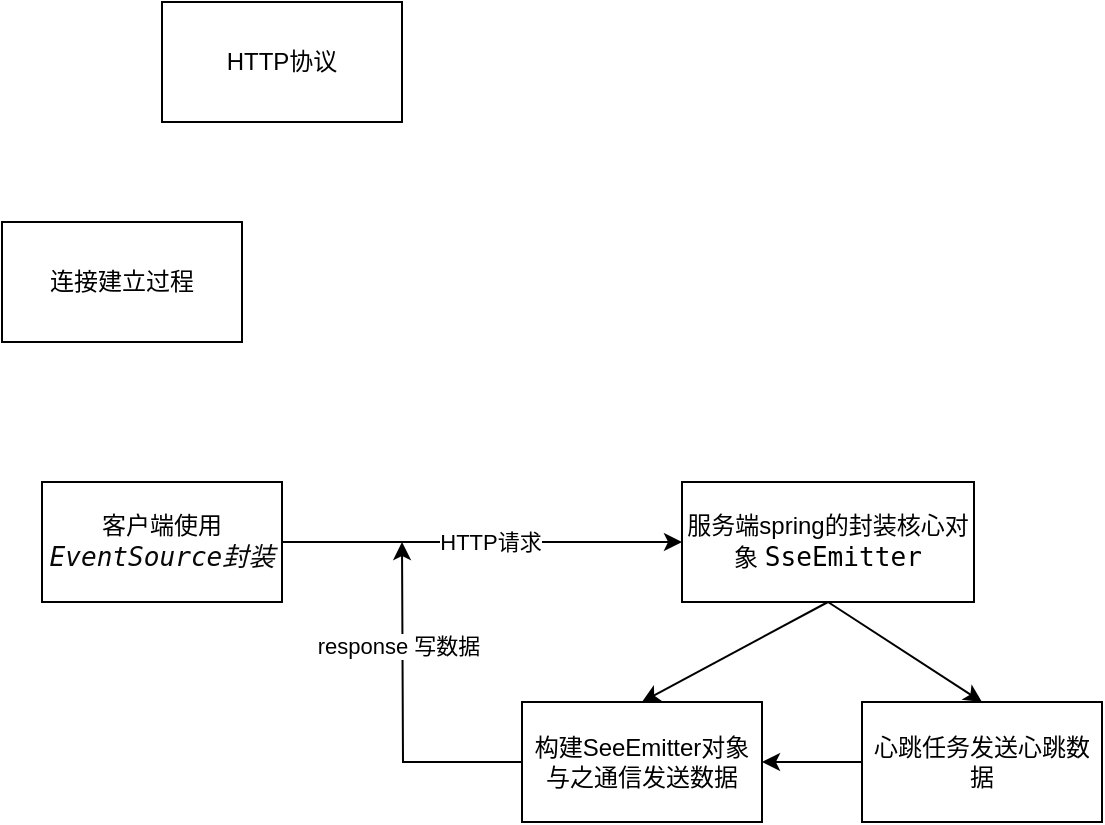
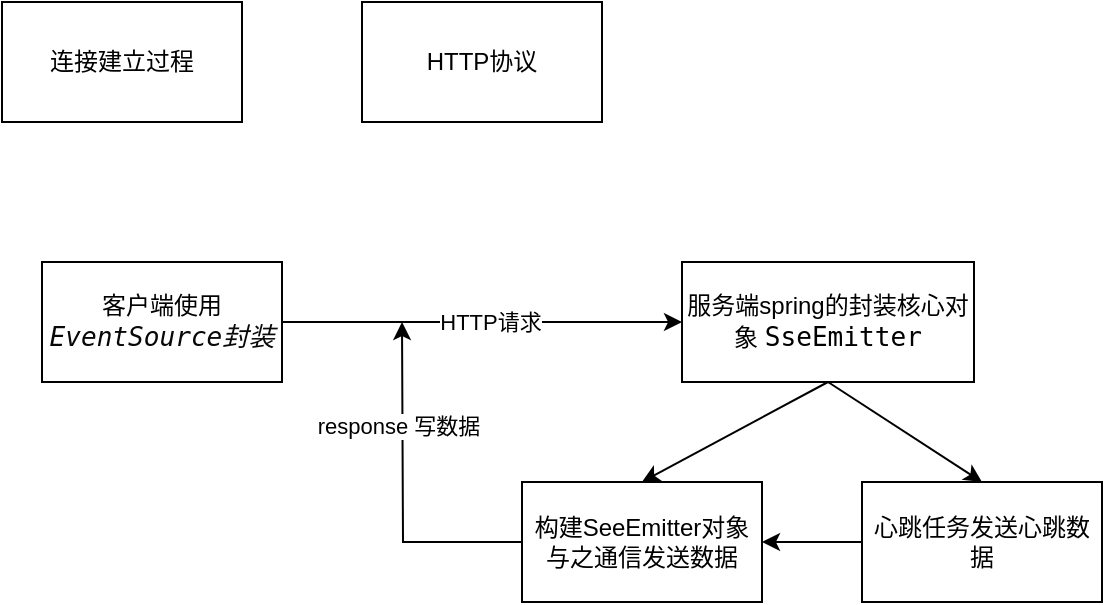
<mxfile host="app.diagrams.net" pages="2">
  <diagram name="建立连接的过程" id="Z0nCY8WnPLLID1KhRkW9">
    <mxGraphModel dx="846" dy="558" grid="1" gridSize="10" guides="1" tooltips="1" connect="1" arrows="1" fold="1" page="1" pageScale="1" pageWidth="827" pageHeight="1169" math="0" shadow="0">
      <root>
        <mxCell id="0" />
        <mxCell id="1" parent="0" />
        <mxCell id="YDfg_1_I26u9zGGTVFdC-1" parent="1" style="rounded=0;whiteSpace=wrap;html=1;" value="HTTP协议" vertex="1">
-           <mxGeometry height="60" width="120" x="200" y="130" as="geometry" />
+           <mxGeometry height="60" width="120" x="300" y="240" as="geometry" />
        </mxCell>
        <mxCell id="YDfg_1_I26u9zGGTVFdC-2" parent="1" style="rounded=0;whiteSpace=wrap;html=1;" value="连接建立过程" vertex="1">
          <mxGeometry height="60" width="120" x="120" y="240" as="geometry" />
        </mxCell>
        <mxCell id="pvzRBFMtuWizGzjMWE46-4" edge="1" parent="1" source="YDfg_1_I26u9zGGTVFdC-8" style="rounded=0;orthogonalLoop=1;jettySize=auto;html=1;exitX=0.5;exitY=1;exitDx=0;exitDy=0;entryX=0.5;entryY=0;entryDx=0;entryDy=0;" target="pvzRBFMtuWizGzjMWE46-2">
          <mxGeometry relative="1" as="geometry" />
        </mxCell>
        <mxCell id="pvzRBFMtuWizGzjMWE46-5" edge="1" parent="1" source="YDfg_1_I26u9zGGTVFdC-8" style="rounded=0;orthogonalLoop=1;jettySize=auto;html=1;exitX=0.5;exitY=1;exitDx=0;exitDy=0;entryX=0.5;entryY=0;entryDx=0;entryDy=0;" target="pvzRBFMtuWizGzjMWE46-3">
          <mxGeometry relative="1" as="geometry" />
        </mxCell>
        <mxCell id="YDfg_1_I26u9zGGTVFdC-8" parent="1" style="rounded=0;whiteSpace=wrap;html=1;" value="服务端spring的封装核心对象&amp;nbsp;&lt;span style=&quot;background-color: rgb(255, 255, 255); font-family: &amp;quot;JetBrains Mono&amp;quot;, monospace; font-size: 9.8pt;&quot;&gt;SseEmitter&lt;/span&gt;" vertex="1">
          <mxGeometry height="60" width="146" x="460" y="370" as="geometry" />
        </mxCell>
        <mxCell id="YDfg_1_I26u9zGGTVFdC-10" edge="1" parent="1" source="YDfg_1_I26u9zGGTVFdC-9" style="edgeStyle=orthogonalEdgeStyle;rounded=0;orthogonalLoop=1;jettySize=auto;html=1;exitX=1;exitY=0.5;exitDx=0;exitDy=0;" target="YDfg_1_I26u9zGGTVFdC-8">
          <mxGeometry relative="1" as="geometry" />
        </mxCell>
        <mxCell id="pvzRBFMtuWizGzjMWE46-1" connectable="0" parent="YDfg_1_I26u9zGGTVFdC-10" style="edgeLabel;html=1;align=center;verticalAlign=middle;resizable=0;points=[];" value="HTTP请求" vertex="1">
          <mxGeometry relative="1" x="0.0345" as="geometry">
            <mxPoint as="offset" />
          </mxGeometry>
        </mxCell>
        <mxCell id="YDfg_1_I26u9zGGTVFdC-9" parent="1" style="rounded=0;whiteSpace=wrap;html=1;" value="客户端使用&lt;span style=&quot;font-style: italic; background-color: rgb(255, 255, 255); color: rgb(8, 8, 8); font-family: &amp;quot;JetBrains Mono&amp;quot;, monospace; font-size: 9.8pt;&quot;&gt;EventSource封装&lt;/span&gt;" vertex="1">
          <mxGeometry height="60" width="120" x="140" y="370" as="geometry" />
        </mxCell>
        <mxCell id="pvzRBFMtuWizGzjMWE46-6" edge="1" parent="1" source="pvzRBFMtuWizGzjMWE46-2" style="edgeStyle=orthogonalEdgeStyle;rounded=0;orthogonalLoop=1;jettySize=auto;html=1;exitX=0;exitY=0.5;exitDx=0;exitDy=0;">
          <mxGeometry relative="1" as="geometry">
            <mxPoint x="320" y="400" as="targetPoint" />
          </mxGeometry>
        </mxCell>
        <mxCell id="pvzRBFMtuWizGzjMWE46-8" connectable="0" parent="pvzRBFMtuWizGzjMWE46-6" style="edgeLabel;html=1;align=center;verticalAlign=middle;resizable=0;points=[];" value="response 写数据" vertex="1">
          <mxGeometry relative="1" x="0.3882" y="2" as="geometry">
            <mxPoint as="offset" />
          </mxGeometry>
        </mxCell>
        <mxCell id="pvzRBFMtuWizGzjMWE46-2" parent="1" style="rounded=0;whiteSpace=wrap;html=1;" value="构建SeeEmitter对象与之通信发送数据" vertex="1">
          <mxGeometry height="60" width="120" x="380" y="480" as="geometry" />
        </mxCell>
        <mxCell id="pvzRBFMtuWizGzjMWE46-7" edge="1" parent="1" source="pvzRBFMtuWizGzjMWE46-3" style="edgeStyle=orthogonalEdgeStyle;rounded=0;orthogonalLoop=1;jettySize=auto;html=1;exitX=0;exitY=0.5;exitDx=0;exitDy=0;entryX=1;entryY=0.5;entryDx=0;entryDy=0;" target="pvzRBFMtuWizGzjMWE46-2">
          <mxGeometry relative="1" as="geometry" />
        </mxCell>
        <mxCell id="pvzRBFMtuWizGzjMWE46-3" parent="1" style="rounded=0;whiteSpace=wrap;html=1;" value="心跳任务发送心跳数据" vertex="1">
          <mxGeometry height="60" width="120" x="550" y="480" as="geometry" />
        </mxCell>
      </root>
    </mxGraphModel>
  </diagram>
  <diagram id="j5rDD0lte_rDjMDCLVnT" name="数据发送过程">
    <mxGraphModel dx="846" dy="558" grid="1" gridSize="10" guides="1" tooltips="1" connect="1" arrows="1" fold="1" page="1" pageScale="1" pageWidth="827" pageHeight="1169" math="0" shadow="0">
      <root>
        <mxCell id="0" />
        <mxCell id="1" parent="0" />
        <mxCell id="sTBZ4vp2YK0A31wFdoy9-1" edge="1" parent="1" source="sTBZ4vp2YK0A31wFdoy9-3" style="edgeStyle=orthogonalEdgeStyle;rounded=0;orthogonalLoop=1;jettySize=auto;html=1;exitX=1;exitY=0.5;exitDx=0;exitDy=0;" target="sTBZ4vp2YK0A31wFdoy9-4">
          <mxGeometry relative="1" as="geometry" />
        </mxCell>
        <mxCell id="sTBZ4vp2YK0A31wFdoy9-2" edge="1" parent="1" source="sTBZ4vp2YK0A31wFdoy9-3" style="edgeStyle=orthogonalEdgeStyle;rounded=0;orthogonalLoop=1;jettySize=auto;html=1;exitX=1;exitY=0.5;exitDx=0;exitDy=0;entryX=0;entryY=0.5;entryDx=0;entryDy=0;" target="sTBZ4vp2YK0A31wFdoy9-5">
          <mxGeometry relative="1" as="geometry" />
        </mxCell>
        <mxCell id="sTBZ4vp2YK0A31wFdoy9-3" parent="1" style="rounded=0;whiteSpace=wrap;html=1;" value="数据发送过程" vertex="1">
          <mxGeometry height="60" width="120" x="170" y="200" as="geometry" />
        </mxCell>
        <mxCell id="sTBZ4vp2YK0A31wFdoy9-4" parent="1" style="rounded=0;whiteSpace=wrap;html=1;" value="定向发送" vertex="1">
          <mxGeometry height="60" width="120" x="400" y="160" as="geometry" />
        </mxCell>
        <mxCell id="sTBZ4vp2YK0A31wFdoy9-5" parent="1" style="rounded=0;whiteSpace=wrap;html=1;" value="广播数据" vertex="1">
          <mxGeometry height="60" width="120" x="400" y="260" as="geometry" />
        </mxCell>
      </root>
    </mxGraphModel>
  </diagram>
</mxfile>
